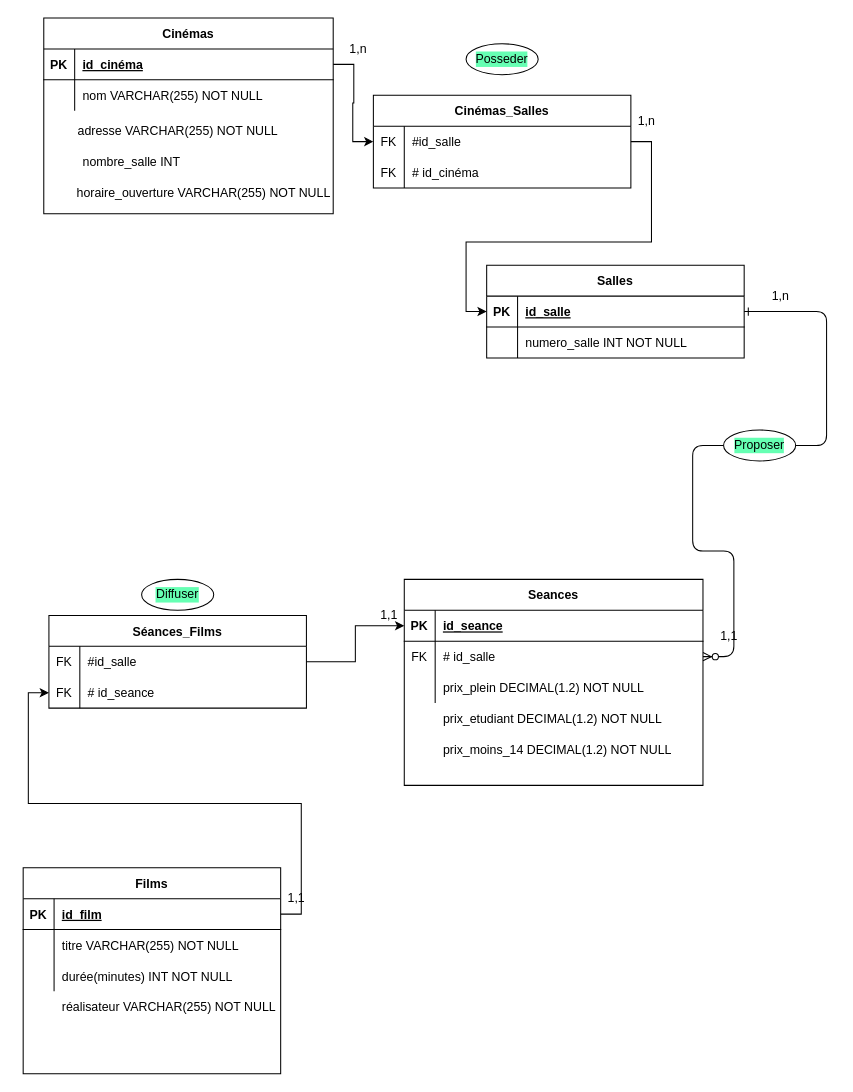
The draw.io diagram Untitled Diagram.drawio in DumeGrisoni/Base_de_donnees_Cinema, before the edit. Source tidied: cells renumbered, new cells numbered last; positions are measured from the earlier drawing's top-left corner, leaving out a move shared by most shapes. Both pictures are drawn from the tidied source at 103%, with x=0, y=0 at pixel (23, 18).
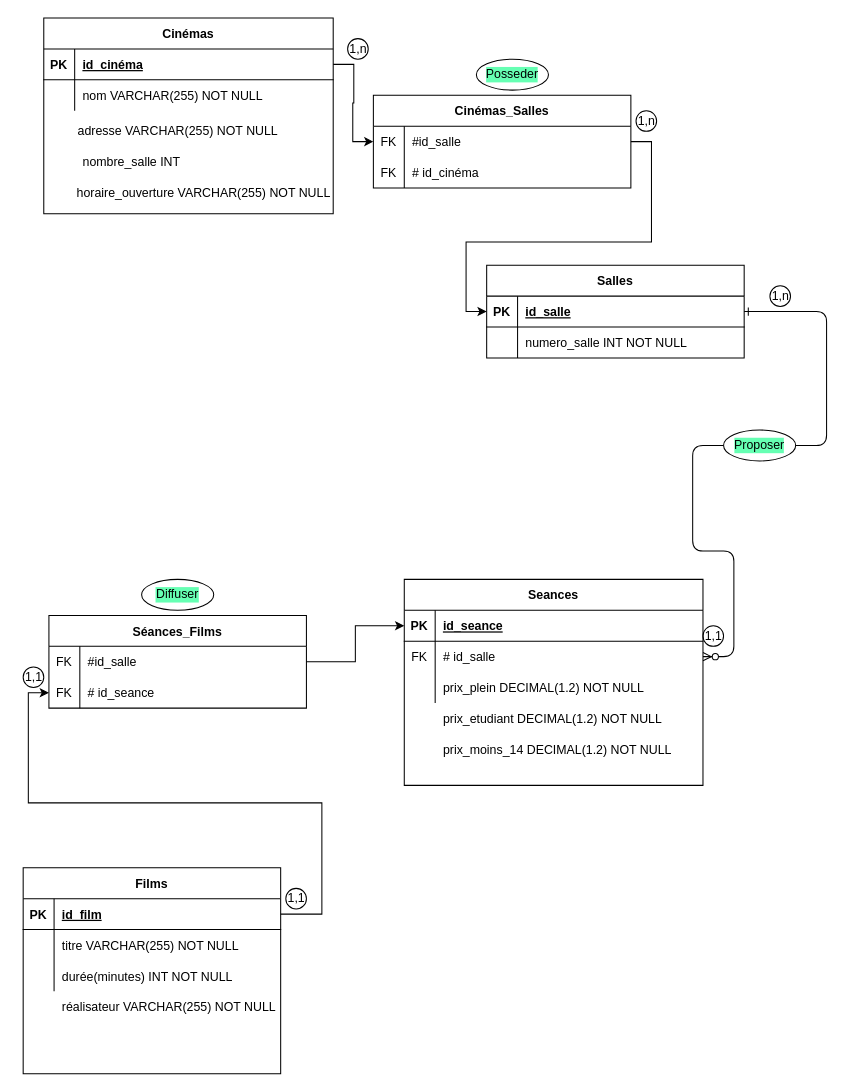
After the change.

The change refers to these unchanged cells:
```xml
<mxCell id="28" style="shape=partialRectangle;fillColor=none;points=[[0,0.5],[1,0.5]];portConstraint=eastwest;top=0;left=0;right=0;bottom=1;" parent="27" vertex="1">
  <mxGeometry y="30" width="250" height="30" as="geometry" />
</mxCell>
<mxCell id="61" style="shape=partialRectangle;fillColor=none;points=[[0,0.5],[1,0.5]];portConstraint=eastwest;top=0;left=0;right=0;bottom=0;" parent="57" vertex="1">
  <mxGeometry y="60" width="250" height="30" as="geometry" />
</mxCell>
```

What changed in the source:
```diff
@@
     <mxCell id="39" value="Posseder" style="ellipse;whiteSpace=wrap;html=1;labelBackgroundColor=#66FFB3;" parent="1" vertex="1">
-      <mxGeometry x="430" y="25" width="70" height="30" as="geometry" />
+      <mxGeometry x="440" y="40" width="70" height="30" as="geometry" />
     </mxCell>
@@
     <mxCell id="64" style="edgeStyle=orthogonalEdgeStyle;rounded=0;jettySize=auto;html=1;exitX=1;exitY=0.5;exitDx=0;exitDy=0;entryX=0;entryY=0.5;entryDx=0;entryDy=0;" parent="1" edge="1" source="28" target="61">
-      <mxGeometry relative="1" as="geometry" />
+      <mxGeometry relative="1" as="geometry">
+        <Array as="points">
+          <mxPoint x="290" y="870" />
+          <mxPoint x="290" y="762" />
+          <mxPoint x="5" y="762" />
+          <mxPoint x="5" y="655" />
+        </Array>
+      </mxGeometry>
     </mxCell>
@@
     <mxCell id="69" value="1,1" style="text;html=1;align=center;verticalAlign=middle;strokeColor=none;fillColor=none;" parent="1" vertex="1">
-      <mxGeometry x="670" y="590" width="30" height="20" as="geometry" />
+      <mxGeometry x="655" y="590" width="30" height="20" as="geometry" />
     </mxCell>
     <mxCell id="70" value="1,1" style="text;html=1;align=center;verticalAlign=middle;strokeColor=none;fillColor=none;" parent="1" vertex="1">
-      <mxGeometry x="340" y="570" width="30" height="20" as="geometry" />
+      <mxGeometry x="-5" y="630" width="30" height="20" as="geometry" />
     </mxCell>
@@
+    <mxCell id="72" style="ellipse;whiteSpace=wrap;html=1;fillColor=none;" parent="1" vertex="1">
+      <mxGeometry x="255" y="845" width="20" height="20" as="geometry" />
+    </mxCell>
+    <mxCell id="73" style="ellipse;whiteSpace=wrap;html=1;fillColor=none;" parent="1" vertex="1">
+      <mxGeometry y="630" width="20" height="20" as="geometry" />
+    </mxCell>
+    <mxCell id="74" style="ellipse;whiteSpace=wrap;html=1;fillColor=none;" parent="1" vertex="1">
+      <mxGeometry x="660" y="590" width="20" height="20" as="geometry" />
+    </mxCell>
+    <mxCell id="75" style="ellipse;whiteSpace=wrap;html=1;fillColor=none;" parent="1" vertex="1">
+      <mxGeometry x="725" y="260" width="20" height="20" as="geometry" />
+    </mxCell>
+    <mxCell id="76" style="ellipse;whiteSpace=wrap;html=1;fillColor=none;" parent="1" vertex="1">
+      <mxGeometry x="595" y="90" width="20" height="20" as="geometry" />
+    </mxCell>
+    <mxCell id="77" style="ellipse;whiteSpace=wrap;html=1;fillColor=none;" parent="1" vertex="1">
+      <mxGeometry x="315" y="20" width="20" height="20" as="geometry" />
+    </mxCell>
```
